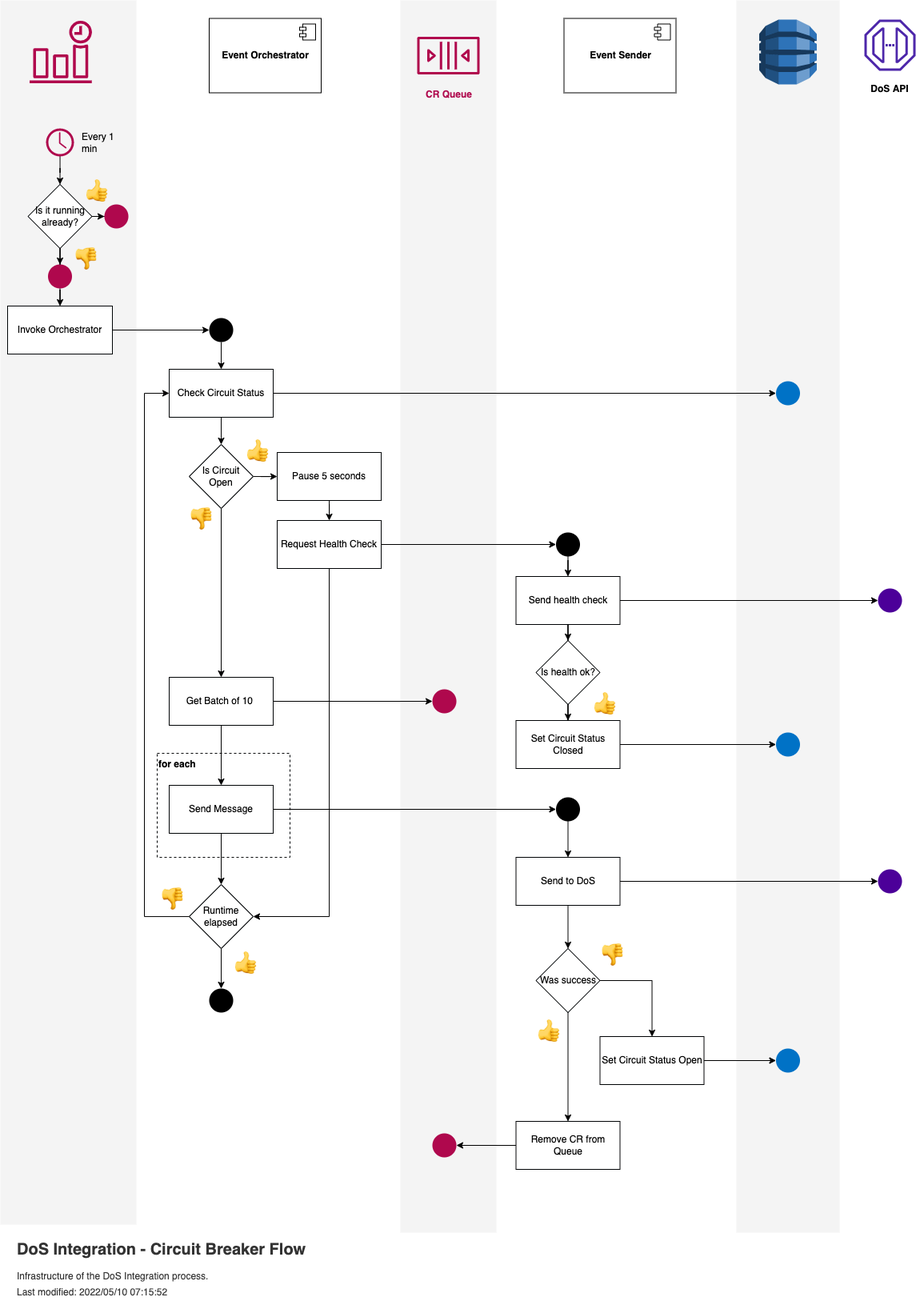
This is documentation/diagrams/DoS Integration-Orchestator.drawio.png from nhsd-exeter/dos-integration, a draw.io export, as it was before one commit. Source tidied: cells renumbered, new cells last; positions are measured from the earlier drawing's top-left corner, leaving out a move shared by most shapes.
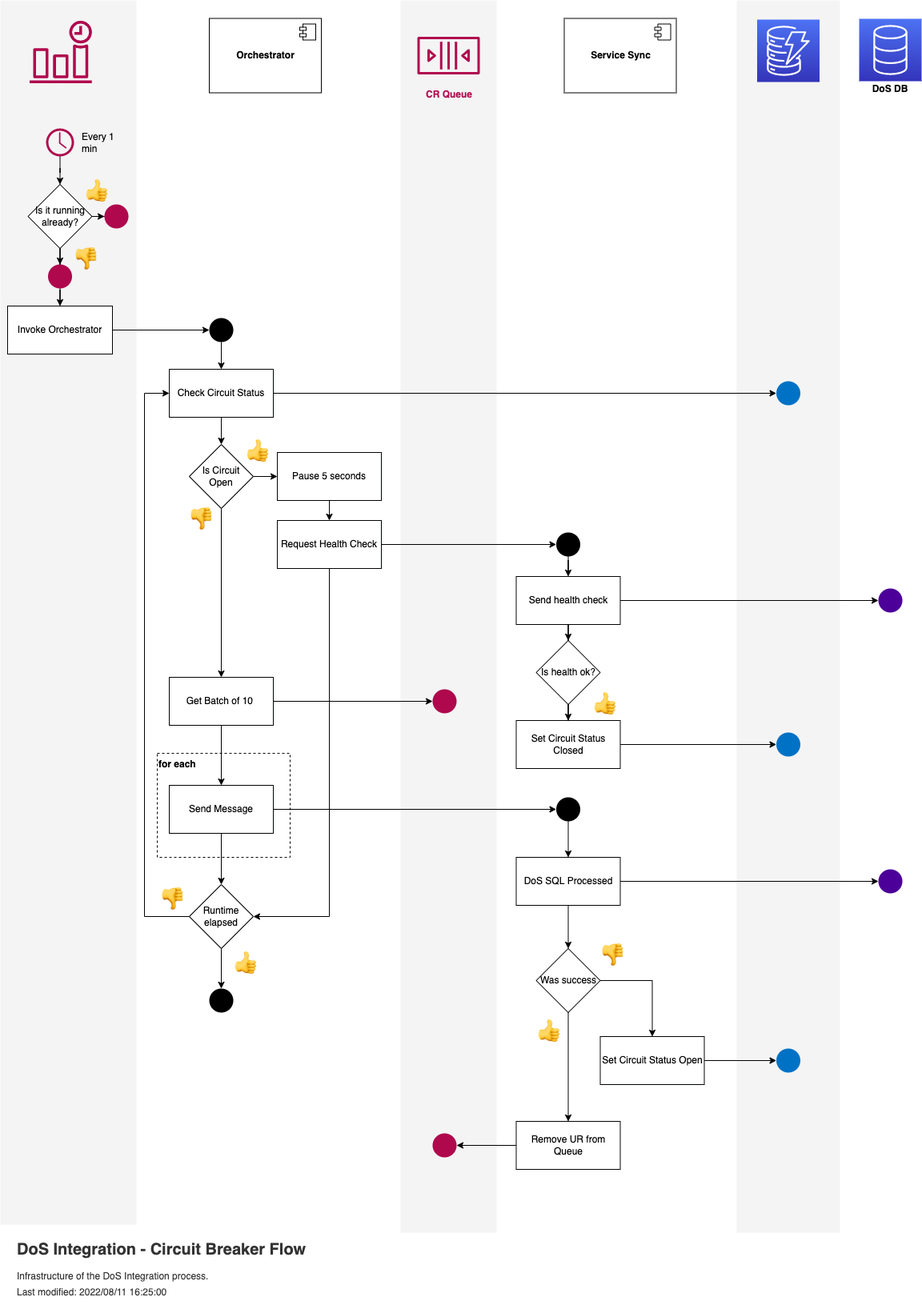
Later version of the same file.

The edit, as a diff of the source:
```diff
@@ -1,4 +1,4 @@
-<mxGraphModel>
+<mxGraphModel background="#FFFFFF">
   <root>
     <mxCell id="0" />
     <mxCell id="1" parent="0" />
@@ -14,10 +14,10 @@
     <mxCell id="5" style="rounded=0;whiteSpace=wrap;html=1;strokeColor=none;strokeWidth=1;fillColor=#E3E3E3;opacity=40;" parent="1" vertex="1">
       <mxGeometry x="500" width="120" height="1540" as="geometry" />
     </mxCell>
-    <mxCell id="6" value="&lt;h1&gt;&lt;font style=&quot;font-size: 20px&quot;&gt;DoS Integration - Circuit Breaker Flow&lt;/font&gt;&lt;/h1&gt;&lt;p style=&quot;line-height: 70%&quot;&gt;Infrastructure of the DoS Integration&amp;nbsp;process.&lt;/p&gt;&lt;p style=&quot;line-height: 70%&quot;&gt;Last modified: 2022/05/10 07:15:52&lt;/p&gt;" style="text;html=1;strokeColor=none;fillColor=none;spacing=5;spacingTop=-20;whiteSpace=wrap;overflow=hidden;rounded=0;fontColor=#333333;" parent="1" vertex="1">
+    <mxCell id="6" value="&lt;h1&gt;&lt;font style=&quot;font-size: 20px&quot;&gt;DoS Integration - Circuit Breaker Flow&lt;/font&gt;&lt;/h1&gt;&lt;p style=&quot;line-height: 70%&quot;&gt;Infrastructure of the DoS Integration&amp;nbsp;process.&lt;/p&gt;&lt;p style=&quot;line-height: 70%&quot;&gt;Last modified: 2022/08/11 16:25:00&lt;/p&gt;" style="text;html=1;strokeColor=none;fillColor=none;spacing=5;spacingTop=-20;whiteSpace=wrap;overflow=hidden;rounded=0;fontColor=#333333;" parent="1" vertex="1">
       <mxGeometry x="16" y="1540" width="496" height="90" as="geometry" />
     </mxCell>
-    <mxCell id="7" value="Event Orchestrator" style="html=1;fillColor=#FFFFFF;fontStyle=1;" parent="1" vertex="1">
+    <mxCell id="7" value="Orchestrator" style="html=1;fillColor=#FFFFFF;fontStyle=1;" parent="1" vertex="1">
       <mxGeometry x="261" y="22.5" width="140" height="93" as="geometry" />
     </mxCell>
     <mxCell id="8" style="shape=module;jettyWidth=8;jettyHeight=4;fillColor=#FFFFFF;" parent="7" vertex="1">
@@ -25,7 +25,7 @@
         <mxPoint x="-27" y="7" as="offset" />
       </mxGeometry>
     </mxCell>
-    <mxCell id="9" value="Event Sender" style="html=1;fillColor=#FFFFFF;fontStyle=1;" parent="1" vertex="1">
+    <mxCell id="9" value="Service Sync" style="html=1;fillColor=#FFFFFF;fontStyle=1;" parent="1" vertex="1">
       <mxGeometry x="704.5" y="22.5" width="140" height="93" as="geometry" />
     </mxCell>
     <mxCell id="10" style="shape=module;jettyWidth=8;jettyHeight=4;fillColor=#FFFFFF;" parent="9" vertex="1">
@@ -33,9 +33,6 @@
         <mxPoint x="-27" y="7" as="offset" />
       </mxGeometry>
     </mxCell>
-    <mxCell id="11" style="dashed=0;verticalLabelPosition=bottom;verticalAlign=top;align=center;html=1;shape=mxgraph.aws3.dynamo_db;fillColor=#2E73B8;gradientColor=none;strokeWidth=2;" parent="1" vertex="1">
-      <mxGeometry x="948.5" y="24" width="72" height="81" as="geometry" />
-    </mxCell>
     <mxCell id="12" style="sketch=0;fontColor=#232F3E;gradientColor=none;fillColor=#B0084D;strokeColor=none;dashed=0;verticalLabelPosition=bottom;verticalAlign=top;align=center;html=1;fontSize=12;fontStyle=0;shape=mxgraph.aws4.event_time_based;" parent="1" vertex="1">
       <mxGeometry x="36.5" y="25.5" width="78" height="78" as="geometry" />
     </mxCell>
@@ -136,7 +133,7 @@
     <mxCell id="43" style="edgeStyle=orthogonalEdgeStyle;rounded=0;jettySize=auto;html=1;entryX=0.5;entryY=0;entryDx=0;entryDy=0;endArrow=classic;endFill=1;fillColor=#C7C7C7;exitX=0.5;exitY=1;exitDx=0;exitDy=0;" parent="1" edge="1" source="44" target="48">
       <mxGeometry relative="1" as="geometry" />
     </mxCell>
-    <mxCell id="44" value="Send to DoS" style="rounded=0;whiteSpace=wrap;html=1;strokeColor=#000305;strokeWidth=1;fillColor=default;" parent="1" vertex="1">
+    <mxCell id="44" value="DoS SQL Processed" style="rounded=0;whiteSpace=wrap;html=1;strokeColor=#000305;strokeWidth=1;fillColor=default;" parent="1" vertex="1">
       <mxGeometry x="644.5" y="1071" width="130" height="60" as="geometry" />
     </mxCell>
     <mxCell id="45" style="ellipse;whiteSpace=wrap;html=1;strokeColor=none;strokeWidth=1;fillColor=#4C0099;" parent="1" vertex="1">
@@ -184,10 +181,7 @@
     <mxCell id="59" style="group;" parent="1" vertex="1">
       <mxGeometry x="1080" y="24" width="64" height="102" as="geometry" />
     </mxCell>
-    <mxCell id="60" style="sketch=0;fontColor=#232F3E;gradientColor=none;fillColor=#4D27AA;strokeColor=none;dashed=0;verticalLabelPosition=bottom;verticalAlign=top;align=center;html=1;fontSize=12;fontStyle=0;shape=mxgraph.aws4.endpoint;" parent="59" vertex="1">
-      <mxGeometry width="64" height="64" as="geometry" />
-    </mxCell>
-    <mxCell id="61" value="DoS API" style="text;html=1;strokeColor=none;fillColor=none;align=center;verticalAlign=middle;whiteSpace=wrap;rounded=0;fontStyle=1;" parent="59" vertex="1">
+    <mxCell id="61" value="DoS DB" style="text;html=1;strokeColor=none;fillColor=none;align=center;verticalAlign=middle;whiteSpace=wrap;rounded=0;fontStyle=1;" parent="59" vertex="1">
       <mxGeometry x="2" y="72" width="60" height="30" as="geometry" />
     </mxCell>
     <mxCell id="62" style="edgeStyle=orthogonalEdgeStyle;rounded=0;jettySize=auto;html=1;entryX=0.5;entryY=0;entryDx=0;entryDy=0;endArrow=classic;endFill=1;fillColor=#C7C7C7;" parent="1" edge="1" source="63" target="44">
@@ -202,7 +196,7 @@
     <mxCell id="65" style="edgeStyle=orthogonalEdgeStyle;rounded=0;jettySize=auto;html=1;entryX=1;entryY=0.5;entryDx=0;entryDy=0;endArrow=classic;endFill=1;fillColor=#C7C7C7;" parent="1" edge="1" source="66" target="64">
       <mxGeometry relative="1" as="geometry" />
     </mxCell>
-    <mxCell id="66" value="Remove CR from Queue" style="rounded=0;whiteSpace=wrap;html=1;strokeColor=#000305;strokeWidth=1;fillColor=default;" parent="1" vertex="1">
+    <mxCell id="66" value="Remove UR from Queue" style="rounded=0;whiteSpace=wrap;html=1;strokeColor=#000305;strokeWidth=1;fillColor=default;" parent="1" vertex="1">
       <mxGeometry x="644.5" y="1401" width="130" height="60" as="geometry" />
     </mxCell>
     <mxCell id="67" style="edgeStyle=orthogonalEdgeStyle;rounded=0;jettySize=auto;html=1;entryX=0.5;entryY=0;entryDx=0;entryDy=0;endArrow=classic;endFill=1;fillColor=#C7C7C7;" parent="1" edge="1" source="70" target="71">
@@ -276,5 +270,11 @@
     <mxCell id="88" value="&lt;span style=&quot;font-family: Helvetica; font-size: 12px; font-style: normal; font-variant-ligatures: normal; font-variant-caps: normal; font-weight: 700; letter-spacing: normal; orphans: 2; text-indent: 0px; text-transform: none; widows: 2; word-spacing: 0px; -webkit-text-stroke-width: 0px; text-decoration-thickness: initial; text-decoration-style: initial; text-decoration-color: initial; float: none; display: inline !important;&quot;&gt;CR Queue&lt;/span&gt;" style="text;whiteSpace=wrap;html=1;align=center;fontColor=#AF084D;" parent="1" vertex="1">
       <mxGeometry x="521" y="103.5" width="80" height="30" as="geometry" />
     </mxCell>
+    <mxCell id="89" style="sketch=0;fontColor=#232F3E;gradientColor=#4D72F3;gradientDirection=north;fillColor=#3334B9;strokeColor=#ffffff;dashed=0;verticalLabelPosition=bottom;verticalAlign=top;align=center;html=1;fontSize=12;fontStyle=0;shape=mxgraph.aws4.resourceIcon;resIcon=mxgraph.aws4.database;" parent="1" vertex="1">
+      <mxGeometry x="1073" y="23" width="78" height="78" as="geometry" />
+    </mxCell>
+    <mxCell id="90" style="sketch=0;fontColor=#232F3E;gradientColor=#4D72F3;gradientDirection=north;fillColor=#3334B9;strokeColor=#ffffff;dashed=0;verticalLabelPosition=bottom;verticalAlign=top;align=center;html=1;fontSize=12;fontStyle=0;shape=mxgraph.aws4.resourceIcon;resIcon=mxgraph.aws4.dynamodb;" parent="1" vertex="1">
+      <mxGeometry x="945.5" y="24" width="78" height="78" as="geometry" />
+    </mxCell>
   </root>
 </mxGraphModel>
```
